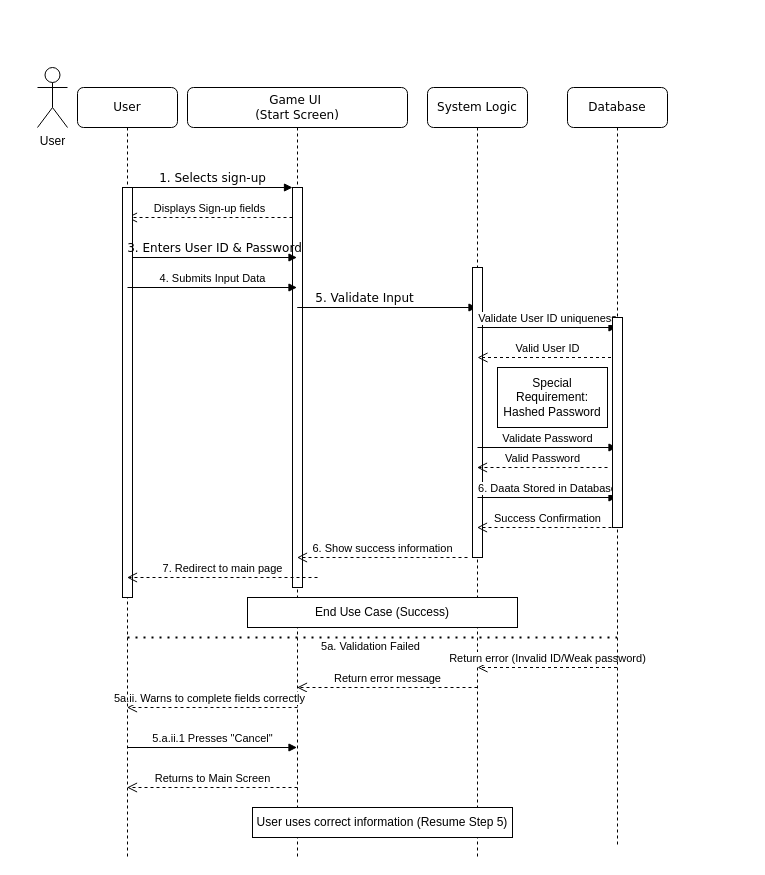
This is Untitled Diagram.drawio from CleymenZero/COMP5541, a draw.io file, before an edit. Source tidied: cells renumbered, new cells numbered last; positions are measured from the earlier drawing's top-left corner, leaving out a move shared by most shapes. Both pictures are drawn from the tidied source at 100%, with x=0, y=0 at pixel (37, 67).
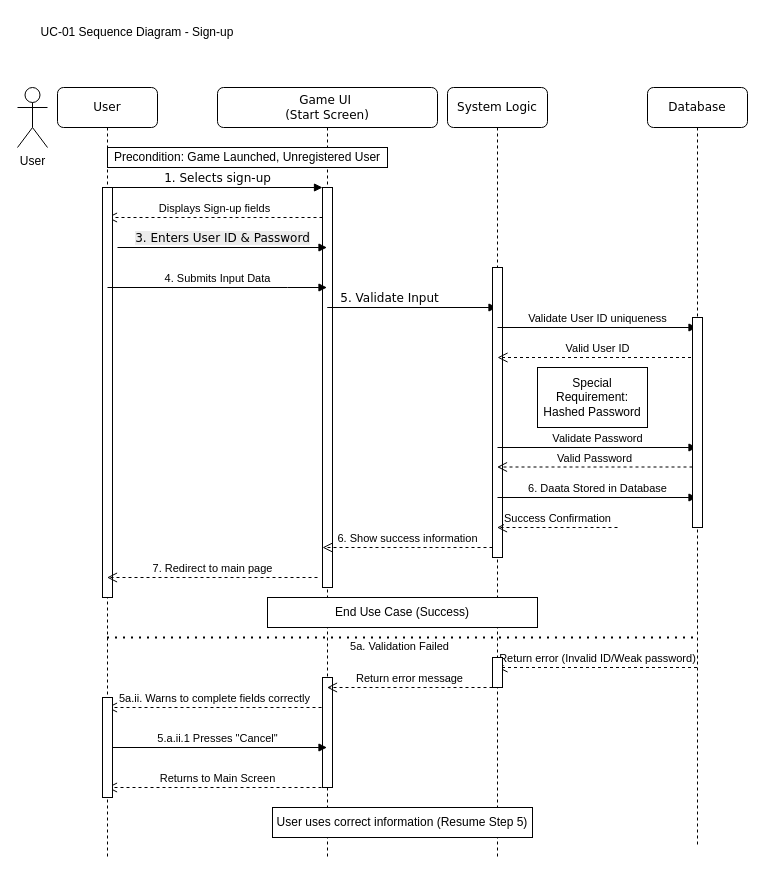
The same page after the edit.

Diff of the diagram source:
```diff
@@
     <mxCell id="2" value="Game UI&amp;nbsp;&lt;div&gt;(Start Screen)&lt;/div&gt;" style="shape=umlLifeline;perimeter=lifelinePerimeter;whiteSpace=wrap;html=1;outlineConnect=0;rounded=1;shadow=0;comic=0;labelBackgroundColor=none;strokeWidth=1;fontFamily=Verdana;fontSize=12;align=center;" parent="1" vertex="1">
-      <mxGeometry x="150" y="20" width="220" height="770" as="geometry" />
+      <mxGeometry x="180" y="20" width="220" height="770" as="geometry" />
     </mxCell>
@@
-    <mxCell id="6" style="endArrow=none;dashed=1;html=1;dashPattern=1 3;strokeWidth=2;rounded=0;" parent="2" edge="1">
-      <mxGeometry relative="1" as="geometry">
-        <mxPoint x="-60" y="550" as="sourcePoint" />
-        <mxPoint x="429.5" y="550" as="targetPoint" />
-        <Array as="points">
-          <mxPoint x="200" y="550" />
-        </Array>
-      </mxGeometry>
-    </mxCell>
-    <mxCell id="7" value="5a. Validation Failed" style="edgeLabel;html=1;align=center;verticalAlign=middle;" parent="6" vertex="1">
-      <mxGeometry x="-0.01" y="-8" relative="1" as="geometry" />
-    </mxCell>
-    <mxCell id="8" value="Return error message" style="html=1;verticalAlign=bottom;endArrow=open;dashed=1;endSize=8;curved=0;rounded=0;" parent="2" edge="1" target="2">
-      <mxGeometry relative="1" as="geometry">
-        <mxPoint x="290" y="600" as="sourcePoint" />
-      </mxGeometry>
-    </mxCell>
@@
+    <mxCell id="34" value="Precondition: Game Launched, Unregistered User" style="rounded=0;whiteSpace=wrap;html=1;" parent="2" vertex="1">
+      <mxGeometry x="-110" y="60" width="280" height="20" as="geometry" />
+    </mxCell>
+    <mxCell id="35" style="rounded=0;whiteSpace=wrap;html=1;" parent="2" vertex="1">
+      <mxGeometry x="105" y="590" width="10" height="110" as="geometry" />
+    </mxCell>
     <mxCell id="11" value="System Logic" style="shape=umlLifeline;perimeter=lifelinePerimeter;whiteSpace=wrap;html=1;outlineConnect=0;rounded=1;shadow=0;comic=0;labelBackgroundColor=none;strokeWidth=1;fontFamily=Verdana;fontSize=12;align=center;" parent="1" vertex="1">
-      <mxGeometry x="390" y="20" width="100" height="770" as="geometry" />
+      <mxGeometry x="410" y="20" width="100" height="770" as="geometry" />
     </mxCell>
@@
-    <mxCell id="13" value="Valid User ID" style="html=1;verticalAlign=bottom;endArrow=open;dashed=1;endSize=8;curved=0;rounded=0;" parent="11" edge="1">
+    <mxCell id="13" value="Valid User ID" style="html=1;verticalAlign=bottom;endArrow=open;dashed=1;endSize=8;curved=0;rounded=0;" parent="11" edge="1" source="20">
       <mxGeometry relative="1" as="geometry">
-        <mxPoint x="189.5" y="270" as="sourcePoint" />
         <mxPoint x="50" y="270" as="targetPoint" />
       </mxGeometry>
     </mxCell>
-    <mxCell id="14" value="Validate User ID uniqueness" style="html=1;verticalAlign=bottom;endArrow=block;curved=0;rounded=0;" parent="11" edge="1">
+    <mxCell id="14" value="Validate User ID uniqueness" style="html=1;verticalAlign=bottom;endArrow=block;curved=0;rounded=0;" parent="11" edge="1" target="20">
       <mxGeometry relative="1" as="geometry">
         <mxPoint x="50" y="240" as="sourcePoint" />
-        <mxPoint x="189.5" y="240" as="targetPoint" />
       </mxGeometry>
     </mxCell>
-    <mxCell id="15" value="Validate Password" style="html=1;verticalAlign=bottom;endArrow=block;curved=0;rounded=0;" parent="11" edge="1">
+    <mxCell id="15" value="Validate Password" style="html=1;verticalAlign=bottom;endArrow=block;curved=0;rounded=0;" parent="11" edge="1" target="20">
       <mxGeometry relative="1" as="geometry">
         <mxPoint x="50" y="360" as="sourcePoint" />
-        <mxPoint x="189.5" y="360" as="targetPoint" />
       </mxGeometry>
     </mxCell>
@@
+    <mxCell id="32" value="6. Show success information" style="html=1;verticalAlign=bottom;endArrow=open;dashed=1;endSize=8;curved=0;rounded=0;" parent="11" edge="1">
+      <mxGeometry relative="1" as="geometry">
+        <mxPoint x="45" y="460" as="sourcePoint" />
+        <mxPoint x="-125" y="460" as="targetPoint" />
+      </mxGeometry>
+    </mxCell>
+    <mxCell id="36" style="rounded=0;whiteSpace=wrap;html=1;" parent="11" vertex="1">
+      <mxGeometry x="45" y="570" width="10" height="30" as="geometry" />
+    </mxCell>
     <mxCell id="20" value="Database" style="shape=umlLifeline;perimeter=lifelinePerimeter;whiteSpace=wrap;html=1;outlineConnect=0;rounded=1;shadow=0;comic=0;labelBackgroundColor=none;strokeWidth=1;fontFamily=Verdana;fontSize=12;align=center;" parent="1" vertex="1">
-      <mxGeometry x="530" y="20" width="100" height="760" as="geometry" />
+      <mxGeometry x="610" y="20" width="100" height="760" as="geometry" />
     </mxCell>
@@
     <mxCell id="22" value="User" style="shape=umlLifeline;perimeter=lifelinePerimeter;whiteSpace=wrap;html=1;outlineConnect=0;rounded=1;shadow=0;comic=0;labelBackgroundColor=none;strokeWidth=1;fontFamily=Verdana;fontSize=12;align=center;" parent="1" vertex="1">
-      <mxGeometry x="40" y="20" width="100" height="770" as="geometry" />
+      <mxGeometry x="20" y="20" width="100" height="770" as="geometry" />
     </mxCell>
@@
-    <mxCell id="24" value="3. Enters User ID &amp;amp; Password" style="html=1;verticalAlign=bottom;endArrow=block;labelBackgroundColor=none;fontFamily=Verdana;fontSize=12;edgeStyle=elbowEdgeStyle;elbow=horizontal;" parent="22" edge="1" target="2">
-      <mxGeometry relative="1" as="geometry">
-        <mxPoint x="55" y="170" as="sourcePoint" />
-        <Array as="points">
-          <mxPoint x="140" y="190" />
-        </Array>
-      </mxGeometry>
-    </mxCell>
     <mxCell id="25" value="4. Submits Input Data" style="html=1;verticalAlign=bottom;endArrow=block;curved=0;rounded=0;" parent="22" edge="1" target="2">
       <mxGeometry relative="1" as="geometry">
         <mxPoint x="50" y="200" as="sourcePoint" />
+        <Array as="points">
+          <mxPoint x="230" y="200" />
+        </Array>
       </mxGeometry>
     </mxCell>
@@
+    <mxCell id="37" style="rounded=0;whiteSpace=wrap;html=1;" parent="22" vertex="1">
+      <mxGeometry x="45" y="610" width="10" height="100" as="geometry" />
+    </mxCell>
+    <mxCell id="24" value="&lt;span style=&quot;font-family: Verdana; font-size: 12px; background-color: rgb(236, 236, 236);&quot;&gt;3. Enters User ID &amp;amp; Password&lt;/span&gt;" style="html=1;verticalAlign=bottom;endArrow=block;curved=0;rounded=0;" parent="22" edge="1" target="2">
+      <mxGeometry relative="1" as="geometry">
+        <mxPoint x="60" y="160" as="sourcePoint" />
+      </mxGeometry>
+    </mxCell>
@@
     <mxCell id="28" value="User" style="shape=umlActor;verticalLabelPosition=bottom;verticalAlign=top;html=1;" parent="1" vertex="1">
-      <mxGeometry width="30" height="60" as="geometry" />
+      <mxGeometry x="-20" y="20" width="30" height="60" as="geometry" />
     </mxCell>
     <mxCell id="29" value="Special Requirement:&lt;div&gt;Hashed Password&lt;/div&gt;" style="rounded=0;whiteSpace=wrap;html=1;" parent="1" vertex="1">
-      <mxGeometry x="460" y="300" width="110" height="60" as="geometry" />
+      <mxGeometry x="500" y="300" width="110" height="60" as="geometry" />
     </mxCell>
+    <mxCell id="31" value="Success Confirmation" style="html=1;verticalAlign=bottom;endArrow=open;dashed=1;endSize=8;curved=0;rounded=0;" parent="1" edge="1" target="11">
+      <mxGeometry relative="1" as="geometry">
+        <mxPoint x="580" y="460" as="sourcePoint" />
+      </mxGeometry>
+    </mxCell>
+    <mxCell id="33" value="7. Redirect to main page" style="html=1;verticalAlign=bottom;endArrow=open;dashed=1;endSize=8;curved=0;rounded=0;" parent="1" edge="1" target="22">
+      <mxGeometry relative="1" as="geometry">
+        <mxPoint x="280" y="510" as="sourcePoint" />
+      </mxGeometry>
+    </mxCell>
-    <mxCell id="30" value="Valid Password" style="html=1;verticalAlign=bottom;endArrow=open;dashed=1;endSize=8;curved=0;rounded=0;" parent="1" edge="1">
+    <mxCell id="30" value="Valid Password" style="html=1;verticalAlign=bottom;endArrow=open;dashed=1;endSize=8;curved=0;rounded=0;" parent="1" edge="1" target="11">
       <mxGeometry relative="1" as="geometry">
-        <mxPoint x="570" y="400" as="sourcePoint" />
-        <mxPoint x="439.5" y="400" as="targetPoint" />
+        <mxPoint x="655" y="399.5" as="sourcePoint" />
       </mxGeometry>
     </mxCell>
-    <mxCell id="31" value="Success Confirmation" style="html=1;verticalAlign=bottom;endArrow=open;dashed=1;endSize=8;curved=0;rounded=0;" parent="1" edge="1" target="11">
-      <mxGeometry relative="1" as="geometry">
-        <mxPoint x="580" y="460" as="sourcePoint" />
-      </mxGeometry>
-    </mxCell>
-    <mxCell id="32" value="6. Show success information" style="html=1;verticalAlign=bottom;endArrow=open;dashed=1;endSize=8;curved=0;rounded=0;" parent="1" edge="1" target="2">
-      <mxGeometry relative="1" as="geometry">
-        <mxPoint x="430" y="490" as="sourcePoint" />
-      </mxGeometry>
-    </mxCell>
-    <mxCell id="33" value="7. Redirect to main page" style="html=1;verticalAlign=bottom;endArrow=open;dashed=1;endSize=8;curved=0;rounded=0;" parent="1" edge="1" target="22">
-      <mxGeometry relative="1" as="geometry">
-        <mxPoint x="280" y="510" as="sourcePoint" />
-      </mxGeometry>
-    </mxCell>
+    <mxCell id="6" style="endArrow=none;dashed=1;html=1;dashPattern=1 3;strokeWidth=2;rounded=0;" parent="1" edge="1" source="22" target="20">
+      <mxGeometry relative="1" as="geometry">
+        <Array as="points">
+          <mxPoint x="380" y="570" />
+        </Array>
+      </mxGeometry>
+    </mxCell>
+    <mxCell id="7" value="5a. Validation Failed" style="edgeLabel;html=1;align=center;verticalAlign=middle;" parent="6" vertex="1">
+      <mxGeometry x="-0.01" y="-8" relative="1" as="geometry" />
+    </mxCell>
+    <mxCell id="38" value="UC-01 Sequence Diagram - Sign-up" style="text;html=1;whiteSpace=wrap;strokeColor=none;fillColor=none;align=center;verticalAlign=middle;rounded=0;" parent="1" vertex="1">
+      <mxGeometry y="-50" width="200" height="30" as="geometry" />
+    </mxCell>
+    <mxCell id="8" value="Return error message" style="html=1;verticalAlign=bottom;endArrow=open;dashed=1;endSize=8;curved=0;rounded=0;exitX=0;exitY=1;exitDx=0;exitDy=0;" parent="1" edge="1" source="36" target="2">
+      <mxGeometry relative="1" as="geometry" />
+    </mxCell>
```
